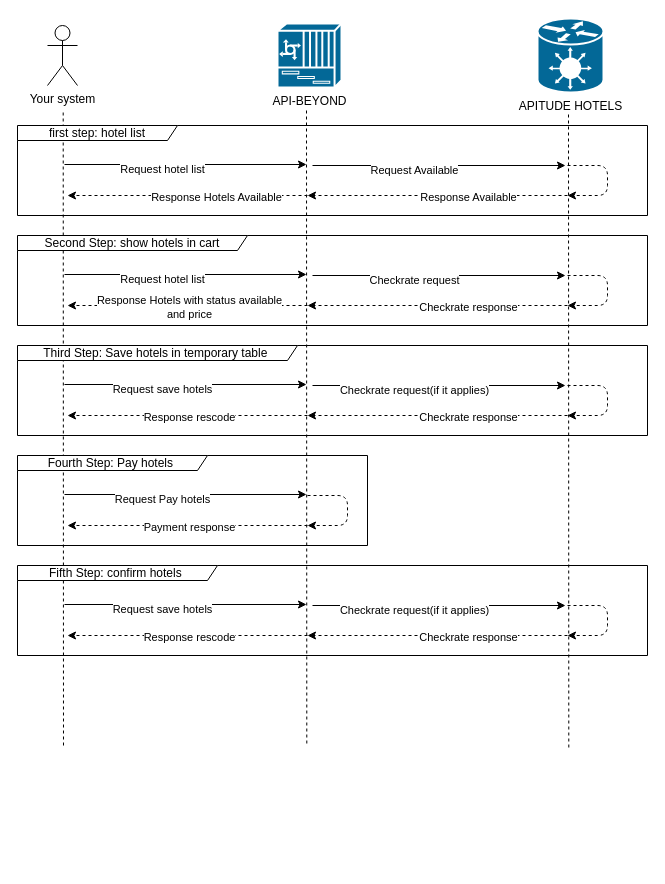
Above: Untitled Diagram.drawio in martin871/GitHUB (draw.io), before the change. Source tidied: cells renumbered, new cells numbered last; positions are measured from the earlier drawing's top-left corner, leaving out a move shared by most shapes. Both pictures are drawn from the tidied source at 100%, with x=0, y=0 at pixel (17, 18).
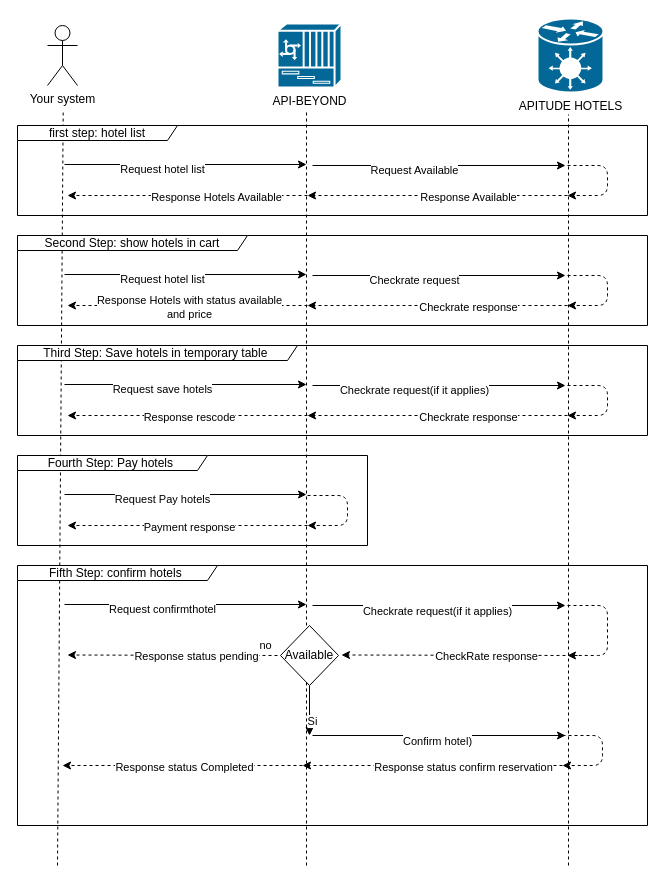
Above is the later version.

The change refers to these unchanged cells:
```xml
<mxCell id="45" style="endArrow=classic;html=1;exitX=0.095;exitY=0.556;exitDx=0;exitDy=0;exitPerimeter=0;" parent="1" edge="1">
  <mxGeometry relative="1" as="geometry">
    <mxPoint x="47" y="586" as="sourcePoint" />
    <mxPoint x="289" y="586" as="targetPoint" />
  </mxGeometry>
</mxCell>
<mxCell id="47" style="endArrow=classic;html=1;exitX=0.095;exitY=0.556;exitDx=0;exitDy=0;exitPerimeter=0;" parent="1" edge="1">
  <mxGeometry relative="1" as="geometry">
    <mxPoint x="295" y="587" as="sourcePoint" />
    <mxPoint x="548" y="587" as="targetPoint" />
  </mxGeometry>
</mxCell>
```

The edit, as a diff of the source:
```diff
@@
     <mxCell id="5" style="endArrow=none;dashed=1;html=1;" parent="1" edge="1">
       <mxGeometry relative="1" as="geometry">
-        <mxPoint x="46" y="727" as="sourcePoint" />
+        <mxPoint x="40" y="847" as="sourcePoint" />
         <mxPoint x="45.7" y="94" as="targetPoint" />
       </mxGeometry>
     </mxCell>
@@
     <mxCell id="7" style="endArrow=none;dashed=1;html=1;" parent="1" edge="1">
       <mxGeometry relative="1" as="geometry">
-        <mxPoint x="289.3" y="725" as="sourcePoint" />
+        <mxPoint x="289" y="847" as="sourcePoint" />
         <mxPoint x="289" y="92" as="targetPoint" />
       </mxGeometry>
     </mxCell>
     <mxCell id="8" style="endArrow=none;dashed=1;html=1;" parent="1" edge="1">
       <mxGeometry relative="1" as="geometry">
-        <mxPoint x="551.3" y="729" as="sourcePoint" />
+        <mxPoint x="551" y="847" as="sourcePoint" />
         <mxPoint x="551" y="96" as="targetPoint" />
       </mxGeometry>
     </mxCell>
@@
     <mxCell id="44" value="Fifth Step: confirm hotels&amp;nbsp;" style="shape=umlFrame;whiteSpace=wrap;html=1;width=200;height=15;" parent="1" vertex="1">
-      <mxGeometry y="547" width="630" height="90" as="geometry" />
+      <mxGeometry y="547" width="630" height="260" as="geometry" />
     </mxCell>
@@
-    <mxCell id="46" value="Request save hotels" style="edgeLabel;html=1;align=center;verticalAlign=middle;" parent="45" vertex="1">
+    <mxCell id="46" value="Request confirmthotel" style="edgeLabel;html=1;align=center;verticalAlign=middle;" parent="45" vertex="1">
       <mxGeometry x="-0.2" y="-4" relative="1" as="geometry" />
     </mxCell>
@@
     <mxCell id="48" value="Checkrate request(if it applies)" style="edgeLabel;html=1;align=center;verticalAlign=middle;" parent="47" vertex="1">
-      <mxGeometry x="-0.2" y="-4" relative="1" as="geometry" />
+      <mxGeometry x="-0.2" y="-4" relative="1" as="geometry">
+        <mxPoint x="23" y="1" as="offset" />
+      </mxGeometry>
     </mxCell>
-    <mxCell id="49" style="endArrow=classic;html=1;dashed=1;" parent="1" edge="1">
+    <mxCell id="49" style="endArrow=classic;html=1;dashed=1;entryX=0.873;entryY=0.346;entryDx=0;entryDy=0;entryPerimeter=0;" parent="1" edge="1" target="44">
       <mxGeometry relative="1" as="geometry">
         <mxPoint x="550" y="587" as="sourcePoint" />
-        <mxPoint x="550" y="617" as="targetPoint" />
         <Array as="points">
           <mxPoint x="590" y="587" />
-          <mxPoint x="590" y="617" />
+          <mxPoint x="590" y="637" />
         </Array>
       </mxGeometry>
     </mxCell>
     <mxCell id="50" style="endArrow=classic;html=1;dashed=1;" parent="1" edge="1">
       <mxGeometry relative="1" as="geometry">
-        <mxPoint x="550" y="617" as="sourcePoint" />
-        <mxPoint x="290" y="617" as="targetPoint" />
+        <mxPoint x="545" y="747" as="sourcePoint" />
+        <mxPoint x="285" y="747" as="targetPoint" />
       </mxGeometry>
     </mxCell>
-    <mxCell id="51" value="Checkrate response" style="edgeLabel;html=1;align=center;verticalAlign=middle;" parent="50" vertex="1">
+    <mxCell id="51" value="Response status confirm reservation" style="edgeLabel;html=1;align=center;verticalAlign=middle;" parent="50" vertex="1">
       <mxGeometry x="-0.23" y="1" relative="1" as="geometry" />
     </mxCell>
     <mxCell id="52" style="endArrow=classic;html=1;dashed=1;" parent="1" edge="1">
       <mxGeometry relative="1" as="geometry">
-        <mxPoint x="290" y="617" as="sourcePoint" />
-        <mxPoint x="50" y="617" as="targetPoint" />
+        <mxPoint x="285" y="747" as="sourcePoint" />
+        <mxPoint x="45" y="747" as="targetPoint" />
       </mxGeometry>
     </mxCell>
-    <mxCell id="53" value="Response rescode" style="edgeLabel;html=1;align=center;verticalAlign=middle;" parent="52" vertex="1">
+    <mxCell id="53" value="Response status Completed" style="edgeLabel;html=1;align=center;verticalAlign=middle;" parent="52" vertex="1">
       <mxGeometry x="-0.23" y="1" relative="1" as="geometry">
         <mxPoint x="-27" as="offset" />
       </mxGeometry>
     </mxCell>
+    <mxCell id="54" style="endArrow=classic;html=1;exitX=0.5;exitY=1;exitDx=0;exitDy=0;" parent="1" edge="1" source="61">
+      <mxGeometry relative="1" as="geometry">
+        <mxPoint x="292" y="717" as="targetPoint" />
+      </mxGeometry>
+    </mxCell>
+    <mxCell id="55" value="Si" style="edgeLabel;html=1;align=center;verticalAlign=middle;" parent="54" vertex="1">
+      <mxGeometry x="0.39" y="2" relative="1" as="geometry" />
+    </mxCell>
+    <mxCell id="56" style="endArrow=classic;html=1;exitX=0.095;exitY=0.556;exitDx=0;exitDy=0;exitPerimeter=0;" parent="1" edge="1">
+      <mxGeometry relative="1" as="geometry">
+        <mxPoint x="295" y="717" as="sourcePoint" />
+        <mxPoint x="548" y="717" as="targetPoint" />
+      </mxGeometry>
+    </mxCell>
+    <mxCell id="57" value="Confirm hotel)" style="edgeLabel;html=1;align=center;verticalAlign=middle;" parent="56" vertex="1">
+      <mxGeometry x="-0.2" y="-4" relative="1" as="geometry">
+        <mxPoint x="23" y="1" as="offset" />
+      </mxGeometry>
+    </mxCell>
+    <mxCell id="58" style="endArrow=classic;html=1;dashed=1;" parent="1" edge="1">
+      <mxGeometry relative="1" as="geometry">
+        <mxPoint x="545" y="717" as="sourcePoint" />
+        <mxPoint x="545" y="747" as="targetPoint" />
+        <Array as="points">
+          <mxPoint x="585" y="717" />
+          <mxPoint x="585" y="747" />
+        </Array>
+      </mxGeometry>
+    </mxCell>
+    <mxCell id="59" style="endArrow=classic;html=1;dashed=1;" parent="1" edge="1">
+      <mxGeometry relative="1" as="geometry">
+        <mxPoint x="560" y="637" as="sourcePoint" />
+        <mxPoint x="324" y="636.5" as="targetPoint" />
+      </mxGeometry>
+    </mxCell>
+    <mxCell id="60" value="CheckRate response" style="edgeLabel;html=1;align=center;verticalAlign=middle;" parent="59" vertex="1">
+      <mxGeometry x="-0.23" y="1" relative="1" as="geometry" />
+    </mxCell>
+    <mxCell id="61" value="Available" style="rhombus;whiteSpace=wrap;html=1;" parent="1" vertex="1">
+      <mxGeometry x="263" y="607" width="58" height="60" as="geometry" />
+    </mxCell>
+    <mxCell id="62" style="endArrow=classic;html=1;dashed=1;" parent="1" edge="1">
+      <mxGeometry relative="1" as="geometry">
+        <mxPoint x="260" y="637" as="sourcePoint" />
+        <mxPoint x="50" y="636.5" as="targetPoint" />
+      </mxGeometry>
+    </mxCell>
+    <mxCell id="63" value="Response status pending" style="edgeLabel;html=1;align=center;verticalAlign=middle;" parent="62" vertex="1">
+      <mxGeometry x="-0.23" y="1" relative="1" as="geometry" />
+    </mxCell>
+    <mxCell id="64" value="no" style="edgeLabel;html=1;align=center;verticalAlign=middle;" parent="62" vertex="1">
+      <mxGeometry x="-0.89" y="3" relative="1" as="geometry">
+        <mxPoint y="-13" as="offset" />
+      </mxGeometry>
+    </mxCell>
```
